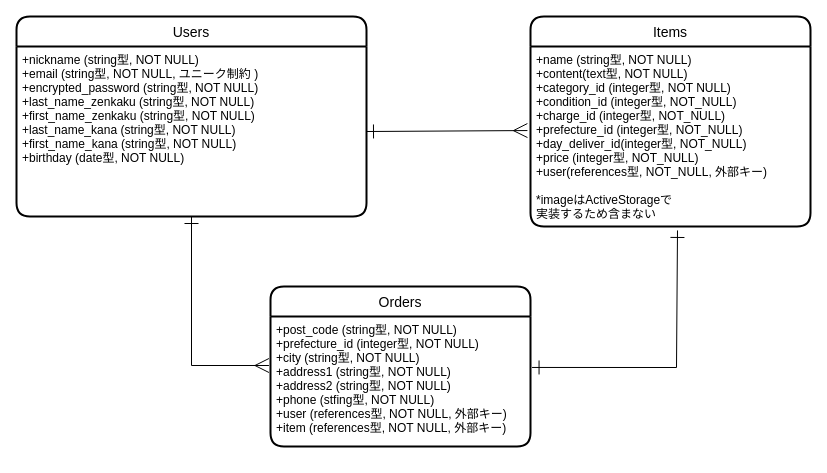
This is furima_er.dio from lmarcat344/furima-37629, a draw.io file, before an edit. Source tidied: cells renumbered, new cells numbered last; positions are measured from the earlier drawing's top-left corner, leaving out a move shared by most shapes. Both pictures are drawn from the tidied source at 100%, with x=0, y=0 at pixel (16, 16).
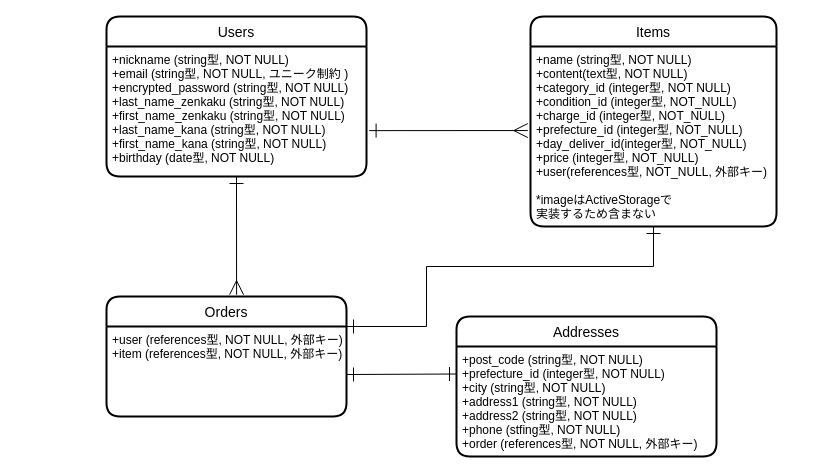
After the change.

Commit message (it also covers changes not shown here):
修正６_住所テーブルと購入者テーブルに分割

The edit, as a diff of the source:
```diff
@@
 <mxGraphModel>
   <root>
     <mxCell id="0" />
     <mxCell id="1" parent="0" />
     <mxCell id="2" value="Users" style="swimlane;horizontal=1;startSize=30;rounded=1;fontSize=14;fontStyle=0;strokeWidth=2;shadow=0;dashed=0;align=center;" parent="1" vertex="1">
-      <mxGeometry width="350" height="200" as="geometry" />
+      <mxGeometry x="90" width="260" height="160" as="geometry" />
     </mxCell>
     <mxCell id="3" value="+nickname (string型, NOT NULL)&#10;+email (string型, NOT NULL, ユニーク制約 )&#10;+encrypted_password (string型, NOT NULL)&#10;+last_name_zenkaku (string型, NOT NULL)&#10;+first_name_zenkaku (string型, NOT NULL)&#10;+last_name_kana (string型, NOT NULL)&#10;+first_name_kana (string型, NOT NULL)&#10;+birthday (date型, NOT NULL)" style="align=left;strokeColor=none;fillColor=none;spacingLeft=4;fontSize=12;verticalAlign=top;" parent="2" vertex="1">
-      <mxGeometry y="30" width="350" height="170" as="geometry" />
+      <mxGeometry y="30" width="260" height="130" as="geometry" />
     </mxCell>
     <mxCell id="4" value="Items" style="swimlane;horizontal=1;startSize=30;rounded=1;fontSize=14;fontStyle=0;strokeWidth=2;shadow=0;dashed=0;align=center;" parent="1" vertex="1">
-      <mxGeometry x="514" width="280" height="210" as="geometry" />
+      <mxGeometry x="514" width="246" height="210" as="geometry" />
     </mxCell>
     <mxCell id="5" value="+name (string型, NOT NULL)&#10;+content(text型, NOT NULL)&#10;+category_id (integer型, NOT NULL)&#10;+condition_id (integer型, NOT_NULL)&#10;+charge_id (integer型, NOT_NULL)&#10;+prefecture_id (integer型, NOT_NULL)&#10;+day_deliver_id(integer型, NOT_NULL)&#10;+price (integer型, NOT_NULL)&#10;+user(references型, NOT_NULL, 外部キー)&#10;&#10;*imageはActiveStorageで&#10;実装するため含まない&#10;" style="align=left;strokeColor=none;fillColor=none;spacingLeft=4;fontSize=12;verticalAlign=top;" parent="4" vertex="1">
-      <mxGeometry y="30" width="280" height="180" as="geometry" />
+      <mxGeometry y="30" width="246" height="180" as="geometry" />
     </mxCell>
-    <mxCell id="6" value="Orders" style="swimlane;horizontal=1;startSize=30;rounded=1;fontSize=14;fontStyle=0;strokeWidth=2;shadow=0;dashed=0;align=center;" parent="1" vertex="1">
-      <mxGeometry x="254" y="270" width="260" height="160" as="geometry" />
+    <mxCell id="6" value="Addresses" style="swimlane;horizontal=1;startSize=30;rounded=1;fontSize=14;fontStyle=0;strokeWidth=2;shadow=0;dashed=0;align=center;" parent="1" vertex="1">
+      <mxGeometry x="440" y="300" width="260" height="140" as="geometry" />
     </mxCell>
-    <mxCell id="7" value="+post_code (string型, NOT NULL)&#10;+prefecture_id (integer型, NOT NULL)&#10;+city (string型, NOT NULL)&#10;+address1 (string型, NOT NULL)&#10;+address2 (string型, NOT NULL)&#10;+phone (stfing型, NOT NULL)&#10;+user (references型, NOT NULL, 外部キー)&#10;+item (references型, NOT NULL, 外部キー)" style="align=left;strokeColor=none;fillColor=none;spacingLeft=4;fontSize=12;verticalAlign=top;" parent="6" vertex="1">
-      <mxGeometry y="30" width="260" height="130" as="geometry" />
+    <mxCell id="7" value="+post_code (string型, NOT NULL)&#10;+prefecture_id (integer型, NOT NULL)&#10;+city (string型, NOT NULL)&#10;+address1 (string型, NOT NULL)&#10;+address2 (string型, NOT NULL)&#10;+phone (stfing型, NOT NULL)&#10;+order (references型, NOT NULL, 外部キー)" style="align=left;strokeColor=none;fillColor=none;spacingLeft=4;fontSize=12;verticalAlign=top;" parent="6" vertex="1">
+      <mxGeometry y="30" width="260" height="110" as="geometry" />
     </mxCell>
-    <mxCell id="8" style="edgeStyle=none;html=1;exitX=0.5;exitY=1;exitDx=0;exitDy=0;entryX=-0.006;entryY=0.377;entryDx=0;entryDy=0;entryPerimeter=0;fontSize=12;rounded=0;strokeColor=default;endArrow=ERmany;endFill=0;startArrow=ERone;startFill=0;endSize=12;startSize=12;" parent="1" edge="1" source="3" target="7">
-      <mxGeometry relative="1" as="geometry">
-        <Array as="points">
-          <mxPoint x="175" y="349" />
-        </Array>
-      </mxGeometry>
-    </mxCell>
-    <mxCell id="9" style="edgeStyle=none;rounded=0;html=1;exitX=1;exitY=0.5;exitDx=0;exitDy=0;fontSize=12;endArrow=ERmany;endFill=0;strokeColor=default;startArrow=ERone;startFill=0;strokeWidth=1;endSize=12;targetPerimeterSpacing=0;startSize=12;entryX=-0.011;entryY=0.467;entryDx=0;entryDy=0;entryPerimeter=0;" parent="1" edge="1" source="3" target="5">
+    <mxCell id="9" style="edgeStyle=none;rounded=0;html=1;exitX=1.01;exitY=0.647;exitDx=0;exitDy=0;fontSize=12;endArrow=ERmany;endFill=0;strokeColor=default;startArrow=ERone;startFill=0;strokeWidth=1;endSize=12;targetPerimeterSpacing=0;startSize=12;entryX=-0.011;entryY=0.467;entryDx=0;entryDy=0;entryPerimeter=0;exitPerimeter=0;" parent="1" edge="1" source="3" target="5">
       <mxGeometry relative="1" as="geometry" />
     </mxCell>
-    <mxCell id="10" style="edgeStyle=none;rounded=0;html=1;exitX=0.525;exitY=1.022;exitDx=0;exitDy=0;entryX=1.006;entryY=0.392;entryDx=0;entryDy=0;entryPerimeter=0;fontSize=12;endArrow=ERone;endFill=0;strokeColor=default;startArrow=ERone;startFill=0;endSize=12;startSize=12;exitPerimeter=0;" parent="1" edge="1" source="5" target="7">
-      <mxGeometry relative="1" as="geometry">
-        <Array as="points">
-          <mxPoint x="660" y="351" />
-        </Array>
-      </mxGeometry>
-    </mxCell>
+    <mxCell id="11" value="Orders" style="swimlane;horizontal=1;startSize=30;rounded=1;fontSize=14;fontStyle=0;strokeWidth=2;shadow=0;dashed=0;align=center;" parent="1" vertex="1">
+      <mxGeometry x="90" y="280" width="240" height="120" as="geometry" />
+    </mxCell>
+    <mxCell id="12" value="+user (references型, NOT NULL, 外部キー)&#10;+item (references型, NOT NULL, 外部キー)" style="align=left;strokeColor=none;fillColor=none;spacingLeft=4;fontSize=12;verticalAlign=top;" parent="11" vertex="1">
+      <mxGeometry y="30" width="240" height="90" as="geometry" />
+    </mxCell>
+    <mxCell id="13" style="edgeStyle=none;rounded=0;html=1;exitX=0.5;exitY=1;exitDx=0;exitDy=0;entryX=0.542;entryY=-0.015;entryDx=0;entryDy=0;entryPerimeter=0;fontSize=12;startArrow=ERone;startFill=0;endArrow=ERmany;endFill=0;startSize=12;endSize=12;targetPerimeterSpacing=0;strokeColor=default;strokeWidth=1;" parent="1" edge="1" source="3" target="11">
+      <mxGeometry relative="1" as="geometry" />
+    </mxCell>
+    <mxCell id="14" style="edgeStyle=none;rounded=0;html=1;exitX=0.5;exitY=1;exitDx=0;exitDy=0;entryX=1;entryY=0;entryDx=0;entryDy=0;fontSize=12;startArrow=ERone;startFill=0;endArrow=ERone;endFill=0;startSize=12;endSize=12;targetPerimeterSpacing=0;strokeColor=default;strokeWidth=1;" parent="1" edge="1" source="5" target="12">
+      <mxGeometry relative="1" as="geometry">
+        <Array as="points">
+          <mxPoint x="637" y="250" />
+          <mxPoint x="410" y="250" />
+          <mxPoint x="410" y="310" />
+        </Array>
+      </mxGeometry>
+    </mxCell>
+    <mxCell id="15" style="edgeStyle=none;rounded=0;html=1;entryX=0;entryY=0.25;entryDx=0;entryDy=0;fontSize=12;startArrow=ERone;startFill=0;endArrow=ERone;endFill=0;startSize=12;endSize=12;targetPerimeterSpacing=0;strokeColor=default;strokeWidth=1;" parent="1" edge="1" target="7">
+      <mxGeometry relative="1" as="geometry">
+        <mxPoint x="330" y="358" as="sourcePoint" />
+      </mxGeometry>
+    </mxCell>
   </root>
 </mxGraphModel>
```
